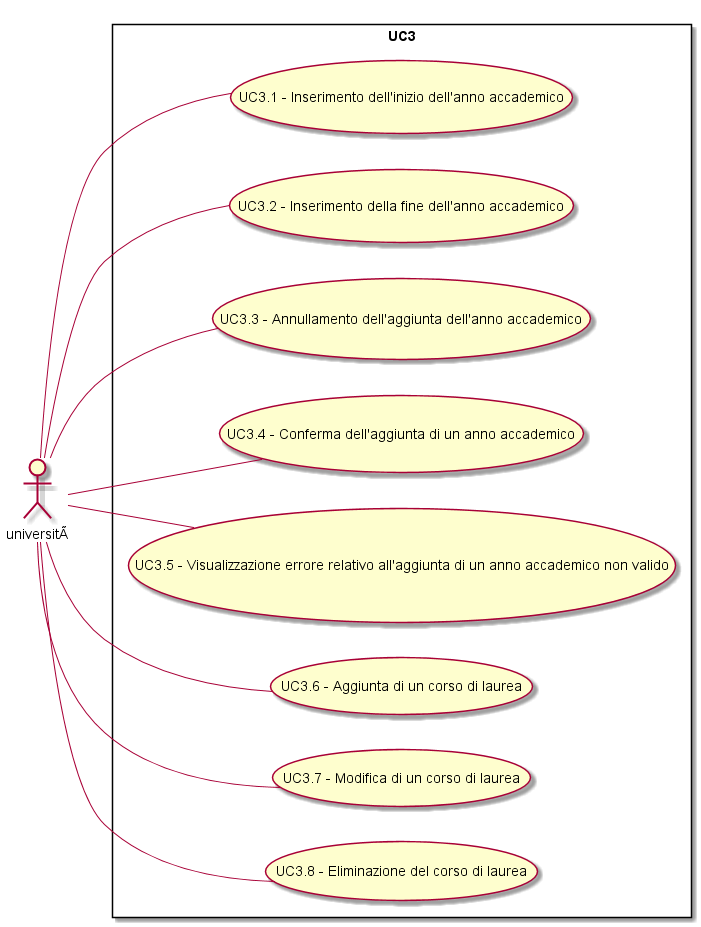
Before: Analisi dei requisiti/img/UC3.png, a diagram exported from PlantUML (SOS-SonsOfSwe/Marvin). Source of this version:
```plantuml
@startuml
left to right direction
skinparam packageStyle rectangle
actor università
rectangle UC3 {
università -- (UC3.1 - Inserimento dell'inizio dell'anno accademico)
università -- (UC3.2 - Inserimento della fine dell'anno accademico)
università -- (UC3.3 - Annullamento dell'aggiunta dell'anno accademico)
università -- (UC3.4 - Conferma dell'aggiunta di un anno accademico)
università -- (UC3.5 - Visualizzazione errore relativo all'aggiunta di un anno accademico non valido)
università -- (UC3.6 - Aggiunta di un corso di laurea)
università -- (UC3.7 - Modifica di un corso di laurea)
università -- (UC3.8 - Eliminazione del corso di laurea)
}
@enduml
```
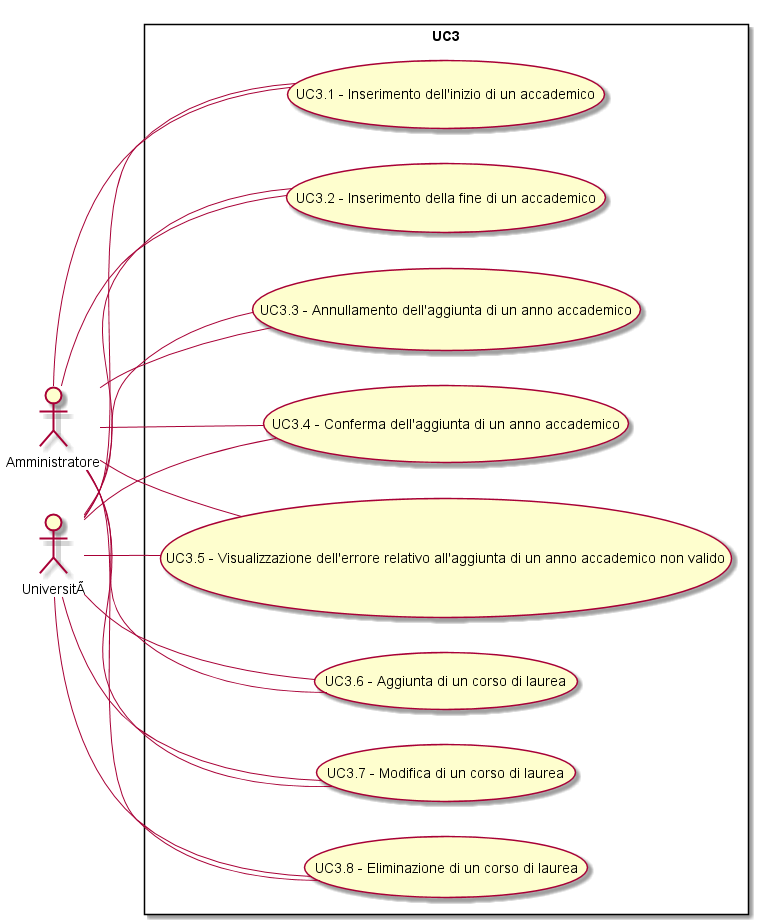
After the commit.

Diff of the diagram source:
```diff
@@ -1,15 +1,24 @@
 @startuml
 left to right direction
 skinparam packageStyle rectangle
-actor università
+actor Amministratore
+actor Università
 rectangle UC3 {
-università -- (UC3.1 - Inserimento dell'inizio dell'anno accademico)
-università -- (UC3.2 - Inserimento della fine dell'anno accademico)
-università -- (UC3.3 - Annullamento dell'aggiunta dell'anno accademico)
-università -- (UC3.4 - Conferma dell'aggiunta di un anno accademico)
-università -- (UC3.5 - Visualizzazione errore relativo all'aggiunta di un anno accademico non valido)
-università -- (UC3.6 - Aggiunta di un corso di laurea)
-università -- (UC3.7 - Modifica di un corso di laurea)
-università -- (UC3.8 - Eliminazione del corso di laurea)
+Amministratore -- (UC3.1 - Inserimento dell'inizio di un accademico)
+Amministratore -- (UC3.2 - Inserimento della fine di un accademico)
+Amministratore -- (UC3.3 - Annullamento dell'aggiunta di un anno accademico)
+Amministratore -- (UC3.4 - Conferma dell'aggiunta di un anno accademico)
+Amministratore -- (UC3.5 - Visualizzazione dell'errore relativo all'aggiunta di un anno accademico non valido)
+Amministratore -- (UC3.6 - Aggiunta di un corso di laurea)
+Amministratore -- (UC3.7 - Modifica di un corso di laurea)
+Amministratore -- (UC3.8 - Eliminazione di un corso di laurea)
+Università -- (UC3.1 - Inserimento dell'inizio di un accademico)
+Università -- (UC3.2 - Inserimento della fine di un accademico)
+Università -- (UC3.3 - Annullamento dell'aggiunta di un anno accademico)
+Università -- (UC3.4 - Conferma dell'aggiunta di un anno accademico)
+Università -- (UC3.5 - Visualizzazione dell'errore relativo all'aggiunta di un anno accademico non valido)
+Università -- (UC3.6 - Aggiunta di un corso di laurea)
+Università -- (UC3.7 - Modifica di un corso di laurea)
+Università -- (UC3.8 - Eliminazione di un corso di laurea)
 }
 @enduml
```
